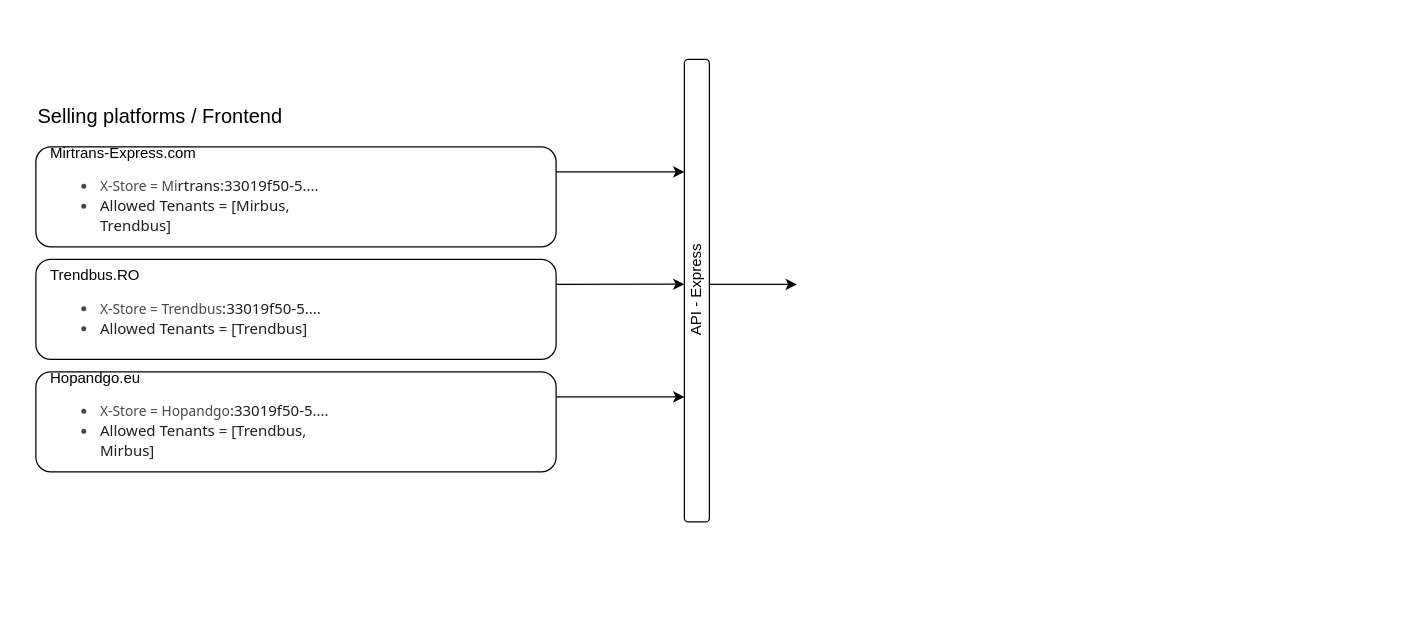
Earlier version of the draw.io diagram page "Multitenant big concept" (5 of 5) of GBS/GBS_Booking_flow.drawio (maxCheptea/Diagrams). Source tidied: cells renumbered, new cells numbered last; positions are measured from the earlier drawing's top-left corner, leaving out a move shared by most shapes. Both pictures are drawn from the tidied source at 125%, with x=0, y=0 at pixel (21, 21).
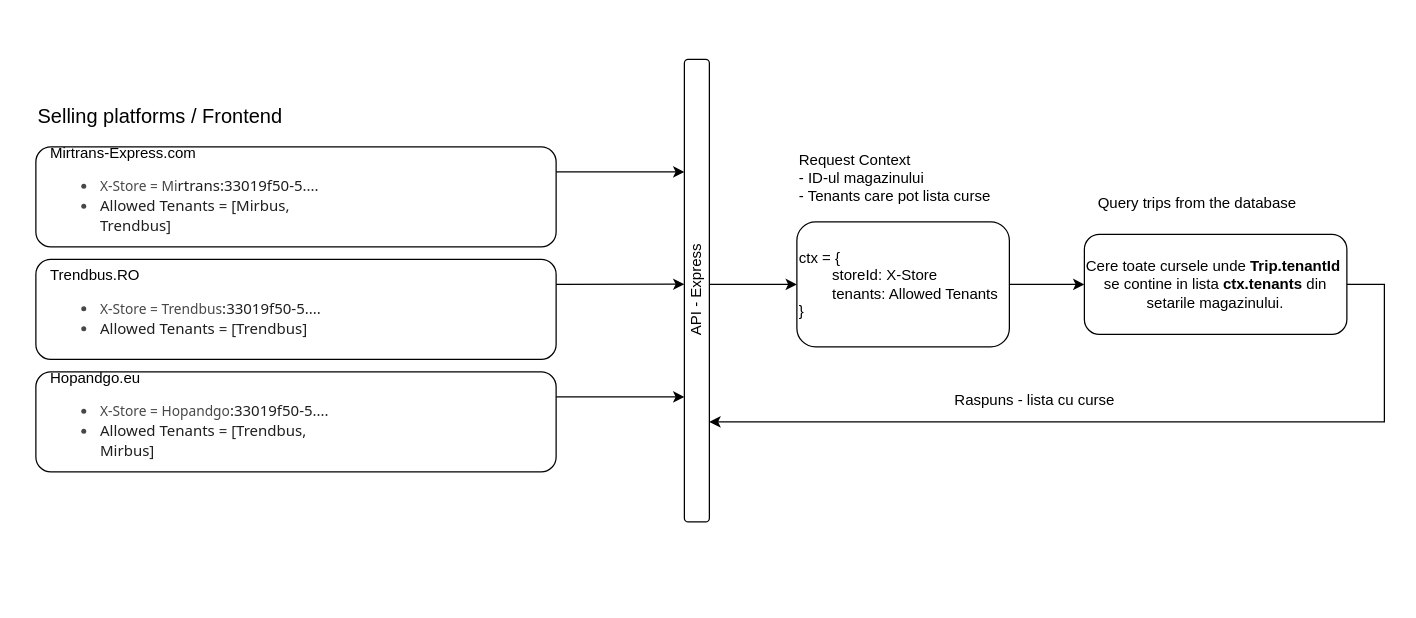
Above is the later version.

Change to the diagram source:
```diff
@@
+    <mxCell id="12" style="edgeStyle=orthogonalEdgeStyle;rounded=0;jettySize=auto;html=1;exitX=1;exitY=0.5;exitDx=0;exitDy=0;" parent="1" edge="1" source="13" target="16">
+      <mxGeometry relative="1" as="geometry" />
+    </mxCell>
+    <mxCell id="13" value="ctx = {&lt;div&gt;&lt;span style=&quot;white-space: pre;&quot;&gt;&#9;&lt;/span&gt;storeId: X-Store&lt;br&gt;&lt;/div&gt;&lt;div&gt;&lt;span style=&quot;white-space: pre;&quot;&gt;&#9;&lt;/span&gt;tenants: Allowed Tenants&lt;br&gt;&lt;/div&gt;&lt;div&gt;}&lt;/div&gt;" style="rounded=1;whiteSpace=wrap;html=1;align=left;" parent="1" vertex="1">
+      <mxGeometry x="620" y="160" width="170" height="100" as="geometry" />
+    </mxCell>
+    <mxCell id="14" value="Request Context&lt;div&gt;&lt;span style=&quot;background-color: transparent; color: light-dark(rgb(0, 0, 0), rgb(255, 255, 255));&quot;&gt;- ID-ul magazinului&lt;/span&gt;&lt;/div&gt;&lt;div&gt;- Tenants care pot lista curse&lt;/div&gt;" style="text;html=1;align=left;verticalAlign=middle;strokeColor=none;fillColor=none;" parent="1" vertex="1">
+      <mxGeometry x="620" y="95" width="180" height="60" as="geometry" />
+    </mxCell>
+    <mxCell id="15" style="edgeStyle=orthogonalEdgeStyle;rounded=0;orthogonalLoop=1;jettySize=auto;html=1;exitX=1;exitY=0.5;exitDx=0;exitDy=0;" parent="1" edge="1">
+      <mxGeometry relative="1" as="geometry">
+        <mxPoint x="1060" y="210" as="sourcePoint" />
+        <mxPoint x="550" y="320" as="targetPoint" />
+        <Array as="points">
+          <mxPoint x="1090" y="210" />
+          <mxPoint x="1090" y="320" />
+        </Array>
+      </mxGeometry>
+    </mxCell>
+    <mxCell id="16" value="Cere toate cursele unde &lt;b&gt;Trip.tenantId&lt;/b&gt;&amp;nbsp;&lt;div&gt;se contine in lista &lt;b&gt;ctx.tenants &lt;/b&gt;din setarile magazinului.&lt;/div&gt;" style="rounded=1;whiteSpace=wrap;html=1;" parent="1" vertex="1">
+      <mxGeometry x="850" y="170" width="210" height="80" as="geometry" />
+    </mxCell>
+    <mxCell id="17" value="Query trips from the database" style="text;html=1;align=center;verticalAlign=middle;strokeColor=none;fillColor=none;" parent="1" vertex="1">
+      <mxGeometry x="850" y="130" width="180" height="30" as="geometry" />
+    </mxCell>
+    <mxCell id="18" value="Raspuns - lista cu curse" style="text;html=1;align=center;verticalAlign=middle;strokeColor=none;fillColor=none;" parent="1" vertex="1">
+      <mxGeometry x="735" y="288" width="150" height="30" as="geometry" />
+    </mxCell>
```
